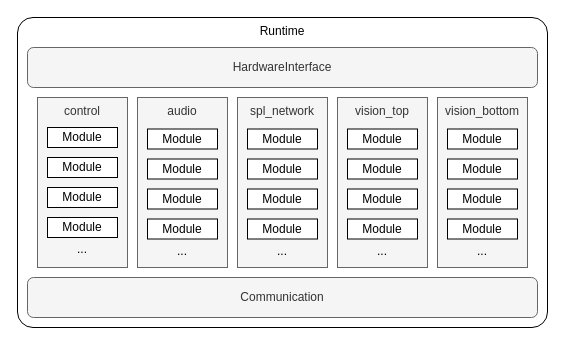
Earlier version of the draw.io diagram docs/framework/overview.drawio (HULKs/hulk). Source tidied: cells renumbered, new cells numbered last; positions are measured from the earlier drawing's top-left corner, leaving out a move shared by most shapes. Both pictures are drawn from the tidied source at 100%, with x=0, y=0 at pixel (17, 17).
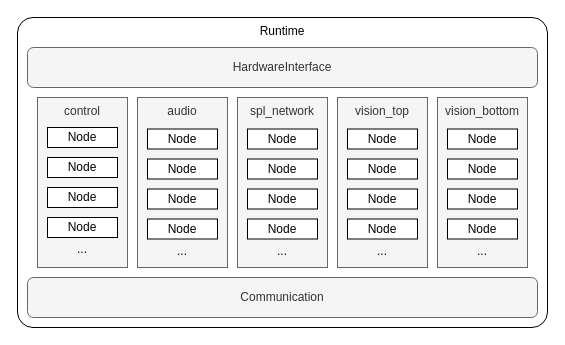
Above is the later version.

Commit message (it also covers changes not shown here):
update overview diagram

The edit, as a diff of the source:
```diff
@@
-    <mxCell id="10" value="Module" style="rounded=0;whiteSpace=wrap;html=1;" parent="1" vertex="1">
+    <mxCell id="10" value="Node" style="rounded=0;whiteSpace=wrap;html=1;" parent="1" vertex="1">
       <mxGeometry x="30" y="110" width="70" height="20" as="geometry" />
     </mxCell>
-    <mxCell id="11" value="Module" style="rounded=0;whiteSpace=wrap;html=1;" parent="1" vertex="1">
+    <mxCell id="11" value="Node" style="rounded=0;whiteSpace=wrap;html=1;" parent="1" vertex="1">
       <mxGeometry x="30" y="140" width="70" height="20" as="geometry" />
     </mxCell>
-    <mxCell id="12" value="Module" style="rounded=0;whiteSpace=wrap;html=1;" parent="1" vertex="1">
+    <mxCell id="12" value="Node" style="rounded=0;whiteSpace=wrap;html=1;" parent="1" vertex="1">
       <mxGeometry x="30" y="170" width="70" height="20" as="geometry" />
     </mxCell>
@@
-    <mxCell id="14" value="Module" style="rounded=0;whiteSpace=wrap;html=1;" parent="1" vertex="1">
+    <mxCell id="14" value="Node" style="rounded=0;whiteSpace=wrap;html=1;" parent="1" vertex="1">
       <mxGeometry x="30" y="200" width="70" height="20" as="geometry" />
     </mxCell>
-    <mxCell id="15" value="Module" style="rounded=0;whiteSpace=wrap;html=1;" parent="1" vertex="1">
+    <mxCell id="15" value="Node" style="rounded=0;whiteSpace=wrap;html=1;" parent="1" vertex="1">
       <mxGeometry x="130" y="111.5" width="70" height="20" as="geometry" />
     </mxCell>
-    <mxCell id="16" value="Module" style="rounded=0;whiteSpace=wrap;html=1;" parent="1" vertex="1">
+    <mxCell id="16" value="Node" style="rounded=0;whiteSpace=wrap;html=1;" parent="1" vertex="1">
       <mxGeometry x="130" y="141.5" width="70" height="20" as="geometry" />
     </mxCell>
-    <mxCell id="17" value="Module" style="rounded=0;whiteSpace=wrap;html=1;" parent="1" vertex="1">
+    <mxCell id="17" value="Node" style="rounded=0;whiteSpace=wrap;html=1;" parent="1" vertex="1">
       <mxGeometry x="130" y="171.5" width="70" height="20" as="geometry" />
     </mxCell>
@@
-    <mxCell id="19" value="Module" style="rounded=0;whiteSpace=wrap;html=1;" parent="1" vertex="1">
+    <mxCell id="19" value="Node" style="rounded=0;whiteSpace=wrap;html=1;" parent="1" vertex="1">
       <mxGeometry x="130" y="201.5" width="70" height="20" as="geometry" />
     </mxCell>
-    <mxCell id="20" value="Module" style="rounded=0;whiteSpace=wrap;html=1;" parent="1" vertex="1">
+    <mxCell id="20" value="Node" style="rounded=0;whiteSpace=wrap;html=1;" parent="1" vertex="1">
       <mxGeometry x="230" y="111.5" width="70" height="20" as="geometry" />
     </mxCell>
-    <mxCell id="21" value="Module" style="rounded=0;whiteSpace=wrap;html=1;" parent="1" vertex="1">
+    <mxCell id="21" value="Node" style="rounded=0;whiteSpace=wrap;html=1;" parent="1" vertex="1">
       <mxGeometry x="230" y="141.5" width="70" height="20" as="geometry" />
     </mxCell>
-    <mxCell id="22" value="Module" style="rounded=0;whiteSpace=wrap;html=1;" parent="1" vertex="1">
+    <mxCell id="22" value="Node" style="rounded=0;whiteSpace=wrap;html=1;" parent="1" vertex="1">
       <mxGeometry x="230" y="171.5" width="70" height="20" as="geometry" />
     </mxCell>
@@
-    <mxCell id="24" value="Module" style="rounded=0;whiteSpace=wrap;html=1;" parent="1" vertex="1">
+    <mxCell id="24" value="Node" style="rounded=0;whiteSpace=wrap;html=1;" parent="1" vertex="1">
       <mxGeometry x="230" y="201.5" width="70" height="20" as="geometry" />
     </mxCell>
-    <mxCell id="25" value="Module" style="rounded=0;whiteSpace=wrap;html=1;" parent="1" vertex="1">
+    <mxCell id="25" value="Node" style="rounded=0;whiteSpace=wrap;html=1;" parent="1" vertex="1">
       <mxGeometry x="330" y="111.5" width="70" height="20" as="geometry" />
     </mxCell>
-    <mxCell id="26" value="Module" style="rounded=0;whiteSpace=wrap;html=1;" parent="1" vertex="1">
+    <mxCell id="26" value="Node" style="rounded=0;whiteSpace=wrap;html=1;" parent="1" vertex="1">
       <mxGeometry x="330" y="141.5" width="70" height="20" as="geometry" />
     </mxCell>
-    <mxCell id="27" value="Module" style="rounded=0;whiteSpace=wrap;html=1;" parent="1" vertex="1">
+    <mxCell id="27" value="Node" style="rounded=0;whiteSpace=wrap;html=1;" parent="1" vertex="1">
       <mxGeometry x="330" y="171.5" width="70" height="20" as="geometry" />
     </mxCell>
@@
-    <mxCell id="29" value="Module" style="rounded=0;whiteSpace=wrap;html=1;" parent="1" vertex="1">
+    <mxCell id="29" value="Node" style="rounded=0;whiteSpace=wrap;html=1;" parent="1" vertex="1">
       <mxGeometry x="330" y="201.5" width="70" height="20" as="geometry" />
     </mxCell>
-    <mxCell id="30" value="Module" style="rounded=0;whiteSpace=wrap;html=1;" parent="1" vertex="1">
+    <mxCell id="30" value="Node" style="rounded=0;whiteSpace=wrap;html=1;" parent="1" vertex="1">
       <mxGeometry x="430" y="111.5" width="70" height="20" as="geometry" />
     </mxCell>
-    <mxCell id="31" value="Module" style="rounded=0;whiteSpace=wrap;html=1;" parent="1" vertex="1">
+    <mxCell id="31" value="Node" style="rounded=0;whiteSpace=wrap;html=1;" parent="1" vertex="1">
       <mxGeometry x="430" y="141.5" width="70" height="20" as="geometry" />
     </mxCell>
-    <mxCell id="32" value="Module" style="rounded=0;whiteSpace=wrap;html=1;" parent="1" vertex="1">
+    <mxCell id="32" value="Node" style="rounded=0;whiteSpace=wrap;html=1;" parent="1" vertex="1">
       <mxGeometry x="430" y="171.5" width="70" height="20" as="geometry" />
     </mxCell>
@@
-    <mxCell id="34" value="Module" style="rounded=0;whiteSpace=wrap;html=1;" parent="1" vertex="1">
+    <mxCell id="34" value="Node" style="rounded=0;whiteSpace=wrap;html=1;" parent="1" vertex="1">
       <mxGeometry x="430" y="201.5" width="70" height="20" as="geometry" />
     </mxCell>
```
